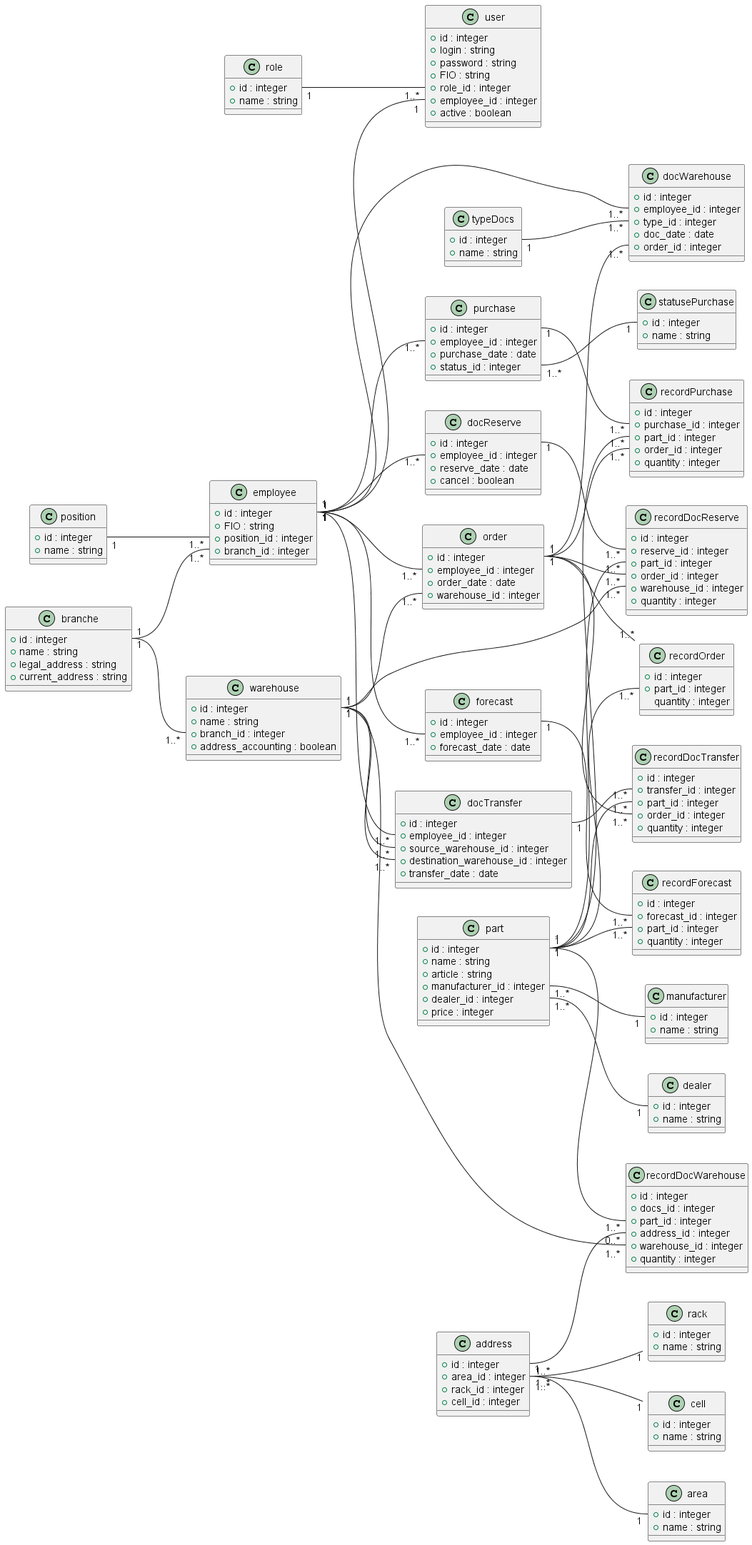
aapoplavskii/Project_Otus_SA keeps this PlantUML diagram as out/classdiagram/Domain model.png. Above is the earlier version. Its diagram source:
```plantuml
@startuml Domain model
left to right direction

class role {
    +id : integer
    +name : string
}

class user {
    +id : integer
    +login : string
    +password : string
    +FIO : string
    +role_id : integer
    +employee_id : integer
    +active : boolean
}

class employee {
    +id : integer
    +FIO : string
    +position_id : integer
    +branch_id : integer
}

class position {
    +id : integer
    +name : string
}

class branche {
    +id : integer
    +name : string
    +legal_address : string
    +current_address : string
}

class part {
    +id : integer
    +name : string
    +article : string
    +manufacturer_id : integer
    +dealer_id : integer
    +price : integer
}

class manufacturer {
    +id : integer
    +name : string
}

class dealer {
    +id : integer
    +name : string
}

class warehouse {
    +id : integer
    +name : string
    +branch_id : integer
    +address_accounting : boolean
}

class address {
    +id : integer
    +area_id : integer
    +rack_id : integer
    +cell_id : integer
}

class area {
    +id : integer
    +name : string
}

class rack {
    +id : integer
    +name : string
}

class cell {
    +id : integer
    +name : string
}

class typeDocs {
    +id : integer
    +name : string
}

class docWarehouse {
    +id : integer
    +employee_id : integer
    +type_id : integer
    +doc_date : date
    +order_id : integer
}

class recordDocWarehouse {
    +id : integer
    +docs_id : integer
    +part_id : integer
    +address_id : integer
    +warehouse_id : integer
    +quantity : integer
}

class order {
    +id : integer
    +employee_id : integer
    +order_date : date
    +warehouse_id : integer
}

class recordOrder {
    +id : integer
    +part_id : integer
    quantity : integer
}

class purchase {
    +id : integer
    +employee_id : integer
    +purchase_date : date
    +status_id : integer
}

class statusePurchase {
    +id : integer
    +name : string
}

class recordPurchase {
    +id : integer
    +purchase_id : integer
    +part_id : integer
    +order_id : integer
    +quantity : integer
}

class forecast {
    +id : integer
    +employee_id : integer
    +forecast_date : date
}

class recordForecast {
    +id : integer
    +forecast_id : integer
    +part_id : integer
    +quantity : integer
}

class docReserve {
    +id : integer
    +employee_id : integer
    +reserve_date : date
    +cancel : boolean
}

class recordDocReserve {
    +id : integer
    +reserve_id : integer
    +part_id : integer
    +order_id : integer
    +warehouse_id : integer
    +quantity : integer
}

class docTransfer {
    +id : integer
    +employee_id : integer
    +source_warehouse_id : integer
    +destination_warehouse_id : integer
    +transfer_date : date
}

class recordDocTransfer {
    +id : integer
    +transfer_id : integer
    +part_id : integer
    +order_id : integer
    +quantity : integer
}

employee::id "1" -- "1" user::employee_id
employee::id "1" -- "1..*" docWarehouse::employee_id
employee::id "1" -- "1..*" order::employee_id
employee::id "1" -- "1..*" forecast::employee_id
employee::id "1" -- "1..*" docReserve::employee_id
employee::id "1" -- "1..*" docTransfer::employee_id
employee::id "1" -- "1..*" purchase::employee_id
role::id "1" -- "1..*" user::role_id
position::id "1" -- "1..*" employee::position_id
branche::id "1" -- "1..*" employee::branch_id

part::manufacturer_id "1..*" -- "1" manufacturer::id
part::dealer_id "1..*" -- "1" dealer::id
part::id "1" -- "1..*" recordDocWarehouse::part_id
part::id "1" -- "1..*" recordDocTransfer::part_id
part::id "1" -- "1..*" recordOrder::part_id
part::id "1" -- "1..*" recordPurchase::part_id
part::id "1" -- "1..*" recordDocReserve::part_id
part::id "1" -- "1..*" recordForecast::part_id

branche::id "1" -- "1..*" warehouse::branch_id
warehouse::id "1" -- "1..*" recordDocWarehouse::warehouse_id
warehouse::id "1" -- "1..*" order::warehouse_id
warehouse::id "1" -- "1..*" recordDocReserve::warehouse_id
warehouse::id "1" -- "1..*" docTransfer::source_warehouse_id
warehouse::id "1" -- "1..*" docTransfer::destination_warehouse_id
address::area_id "1..*" -- "1" area::id
address::area_id "1..*" -- "1" rack::rack_id
address::area_id "1..*" -- "1" cell::cell_id
address::id "1" -- "0..*" recordDocWarehouse::address_id

typeDocs::id "1" -- "1..*" docWarehouse::type_id
order::id "1" -- "1..*" docWarehouse::order_id
order::id "1" -- "1..*" recordOrder::order_id
order::id "1" -- "1..*" recordPurchase::order_id
order::id "1" -- "1..*" recordDocReserve::order_id
order::id "1" -- "1..*" recordDocTransfer::order_id

forecast::id "1" -- "1..*" recordForecast::forecast_id
docReserve::id "1" -- "1..*" recordDocReserve::reserve_id
docTransfer::id "1" -- "1..*" recordDocTransfer::transfer_id
purchase::id "1" -- "1..*" recordPurchase::purchase_id
purchase::status_id "1..*" -- "1" statusePurchase::id


@enduml
```
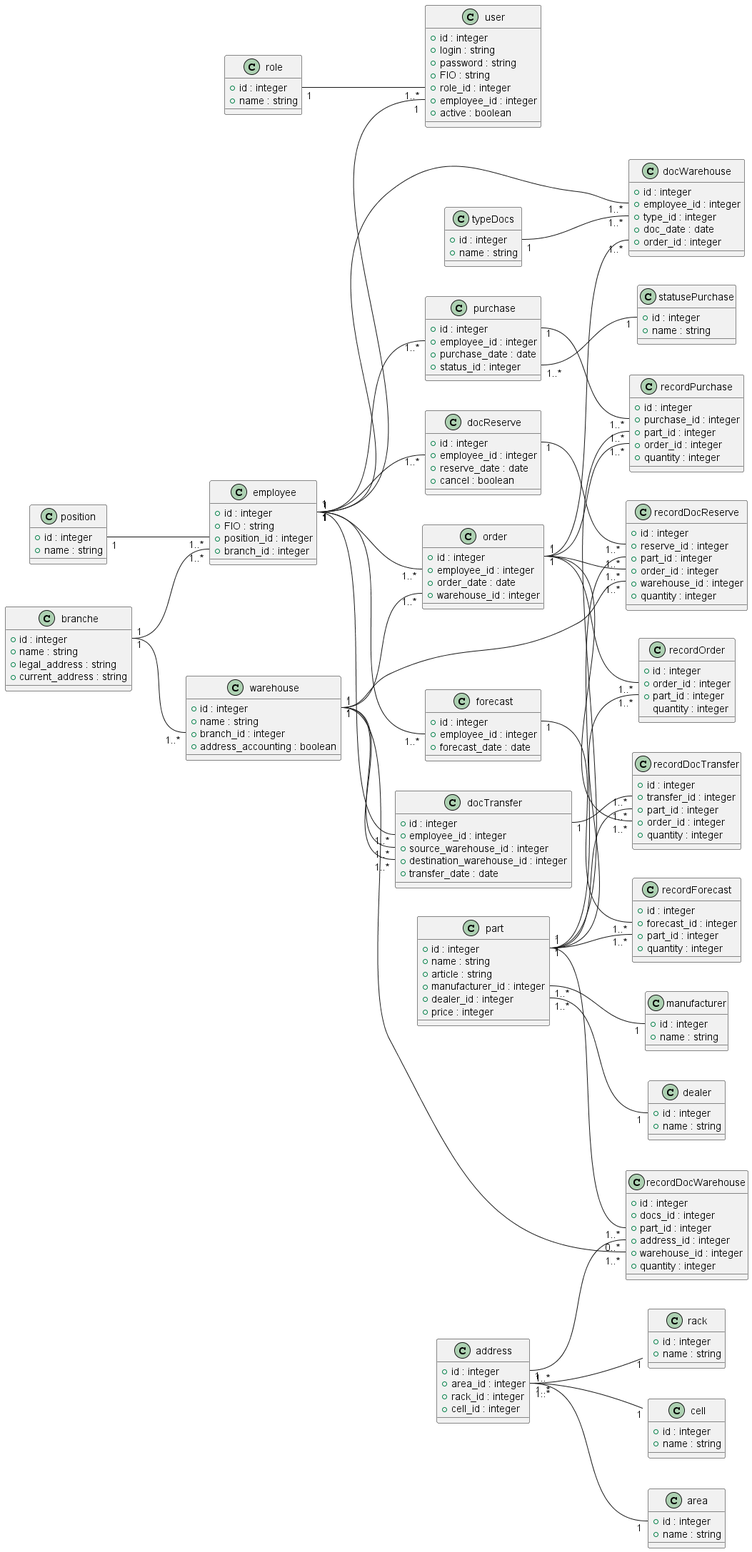
The same file after the commit.

Diff of the diagram source:
```diff
@@ -114,6 +114,7 @@
 
 class recordOrder {
     +id : integer
+    +order_id : integer
     +part_id : integer
     quantity : integer
 }
```
